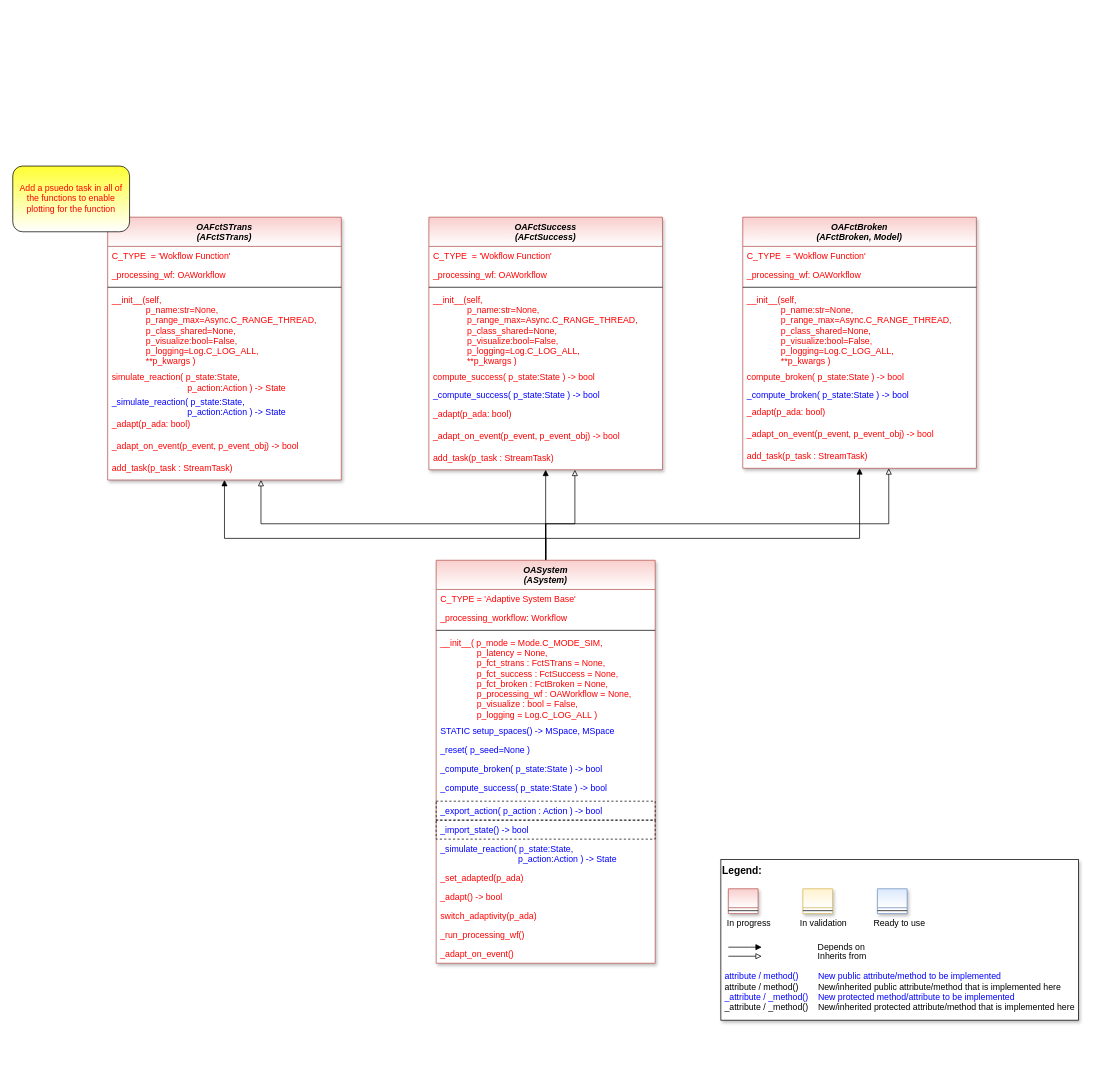
Above: doc/rtd/content/04_appendices/appendix2/sub/core/mlpro_oa/images/MLPro-OA-Systems_OASystems.drawio in fhswf/MLPro (draw.io), before the change. Source tidied: cells renumbered, new cells numbered last; positions are measured from the earlier drawing's top-left corner, leaving out a move shared by most shapes. Both pictures are drawn from the tidied source at 73%, with x=0, y=0 at pixel (12, 166).
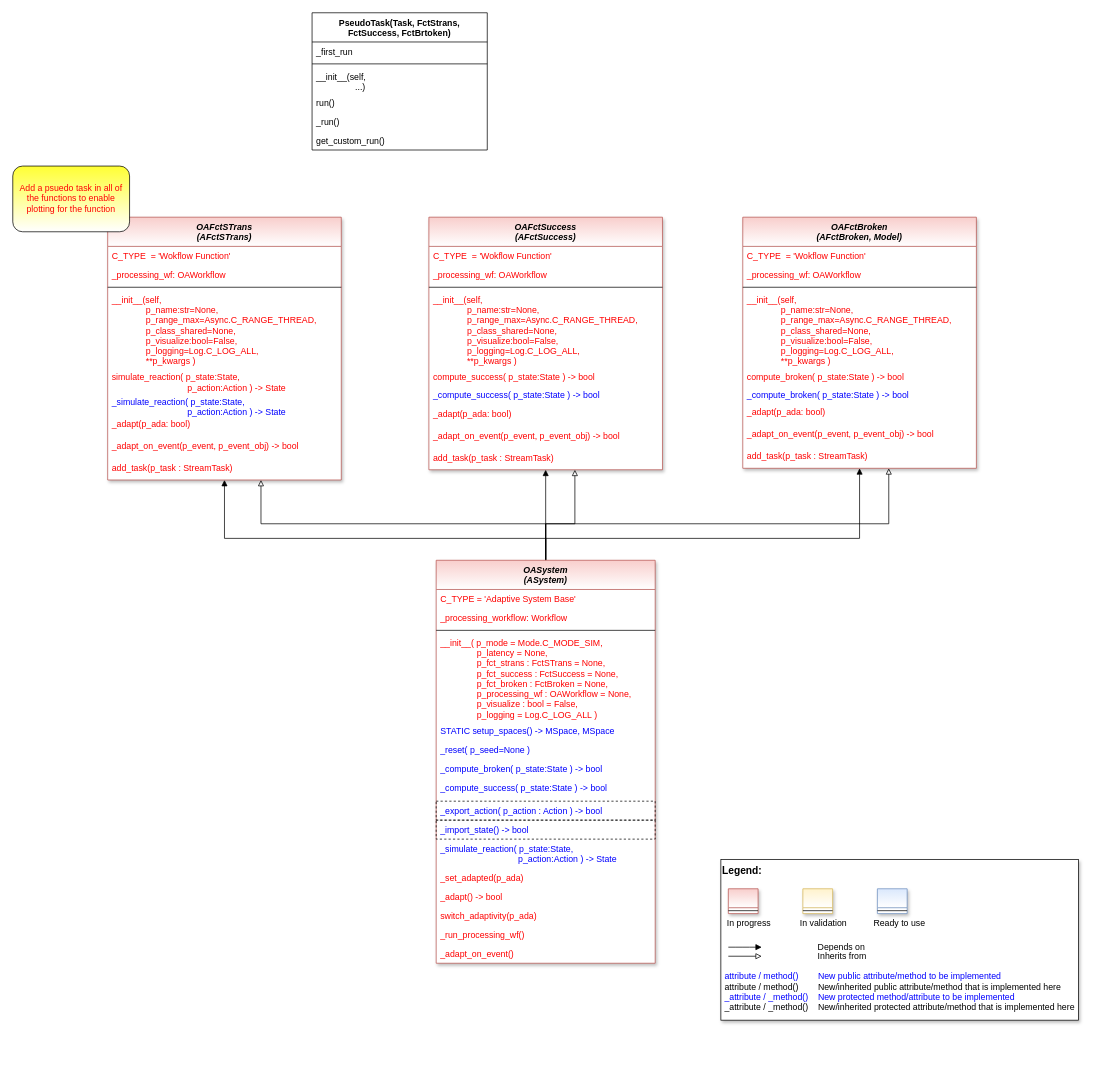
Above is the later version.

The edit, as a diff of the source:
```diff
@@
+    <mxCell id="66" value="PseudoTask(Task, FctStrans, FctSuccess, FctBrtoken)" style="swimlane;fontStyle=1;align=center;verticalAlign=top;horizontal=1;startSize=40;whiteSpace=wrap;" parent="1" vertex="1">
+      <mxGeometry x="410" y="-210" width="240" height="188" as="geometry" />
+    </mxCell>
+    <mxCell id="67" value="_first_run" style="text;strokeColor=none;fillColor=none;align=left;verticalAlign=top;spacingLeft=4;spacingRight=4;overflow=hidden;" parent="66" vertex="1">
+      <mxGeometry y="40" width="240" height="26" as="geometry" />
+    </mxCell>
+    <mxCell id="68" style="line;strokeWidth=1;fillColor=none;align=left;verticalAlign=middle;spacingTop=-1;spacingLeft=3;spacingRight=3;labelPosition=right;" parent="66" vertex="1">
+      <mxGeometry y="66" width="240" height="8" as="geometry" />
+    </mxCell>
+    <mxCell id="69" value="__init__(self,&#10;                ...)" style="text;strokeColor=none;fillColor=none;align=left;verticalAlign=top;spacingLeft=4;spacingRight=4;overflow=hidden;" parent="66" vertex="1">
+      <mxGeometry y="74" width="240" height="36" as="geometry" />
+    </mxCell>
+    <mxCell id="70" value="run()" style="text;strokeColor=none;fillColor=none;align=left;verticalAlign=top;spacingLeft=4;spacingRight=4;overflow=hidden;" parent="66" vertex="1">
+      <mxGeometry y="110" width="240" height="26" as="geometry" />
+    </mxCell>
+    <mxCell id="71" value="_run()" style="text;strokeColor=none;fillColor=none;align=left;verticalAlign=top;spacingLeft=4;spacingRight=4;overflow=hidden;" parent="66" vertex="1">
+      <mxGeometry y="136" width="240" height="26" as="geometry" />
+    </mxCell>
+    <mxCell id="72" value="get_custom_run()" style="text;strokeColor=none;fillColor=none;align=left;verticalAlign=top;spacingLeft=4;spacingRight=4;overflow=hidden;" parent="66" vertex="1">
+      <mxGeometry y="162" width="240" height="26" as="geometry" />
+    </mxCell>
```
